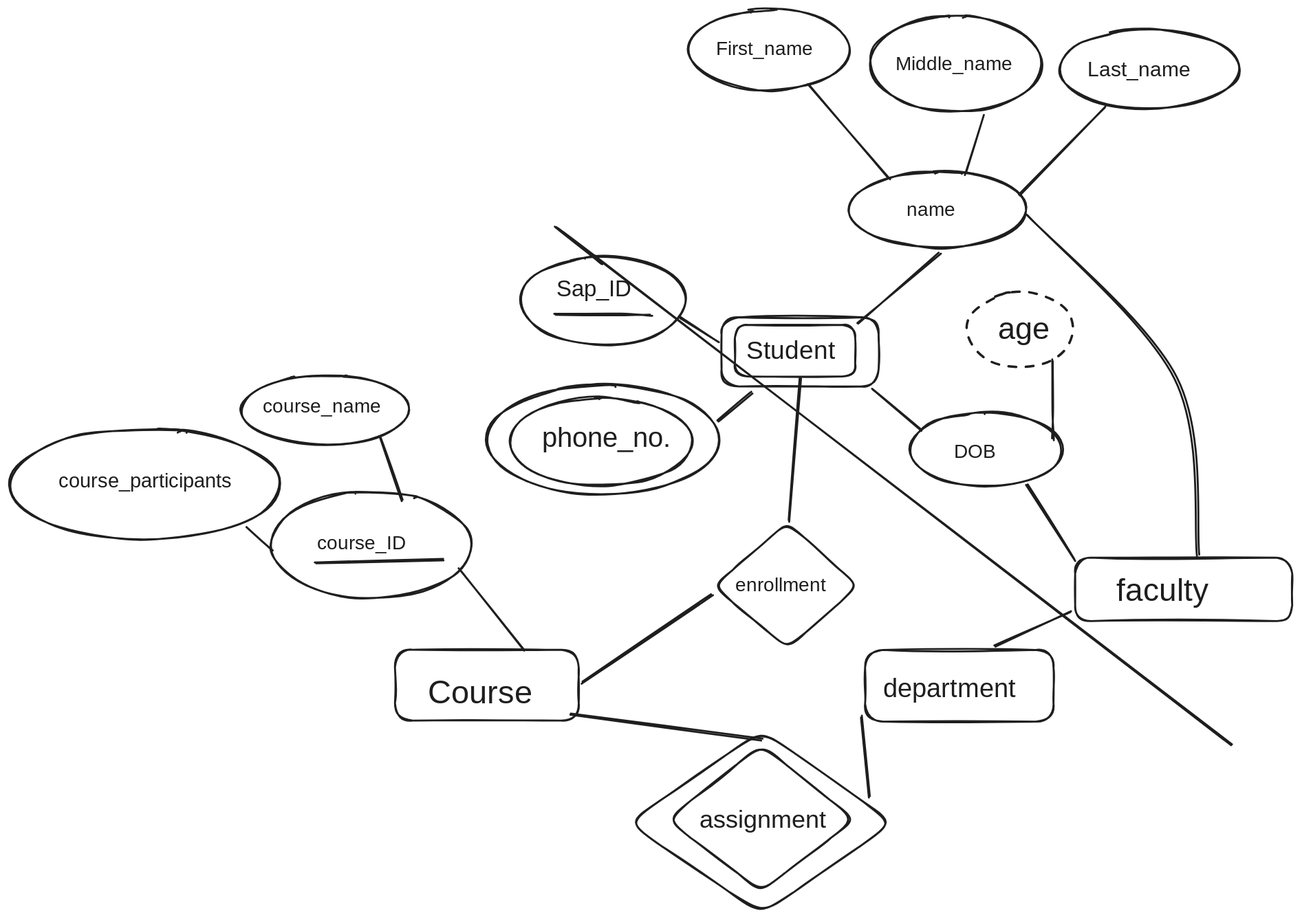
P7XCKD/NF keeps this Excalidraw diagram as Notes Factory/Semister 3/Rough Work/t1.excalidraw.svg. Above is the earlier version. Source tidied: one line per element, renumbered; positions are measured from the earlier drawing's top-left corner, leaving out a move shared by most shapes.
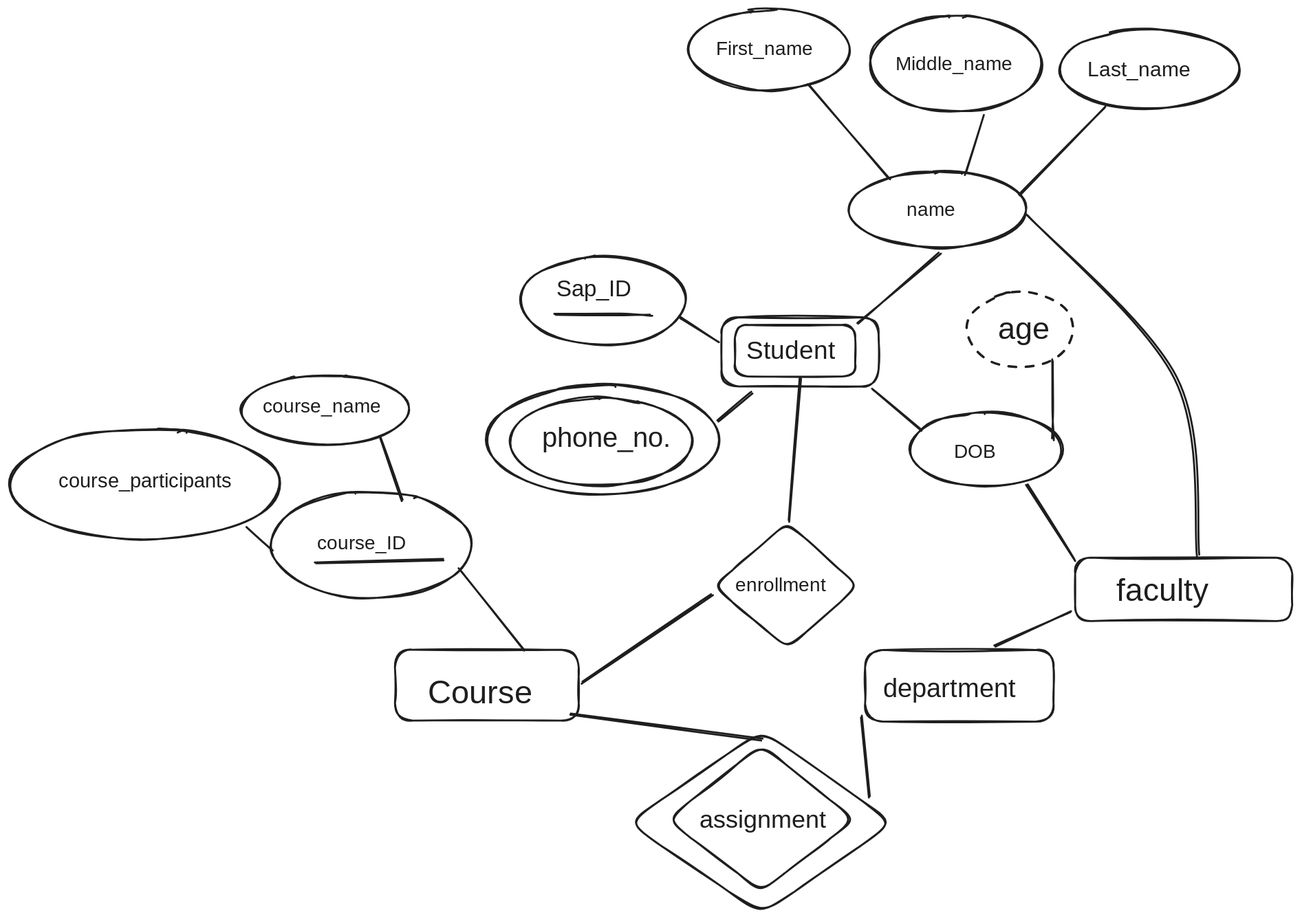
Above is the later version.

What changed in the source:
```diff
@@ -55,4 +55,3 @@
 {"id": 54, "type": "line", "strokeColor": "#1e1e1e", "strokeWidth": 2, "roughness": 1, "round": true, "x": 1057, "y": 213, "width": 177, "height": 354, "points": [[0, 0], [154, 170], [177, 354]]}
 {"id": 55, "type": "line", "strokeColor": "#1e1e1e", "strokeWidth": 2, "roughness": 1, "round": true, "x": 1023, "y": 662, "width": 79, "height": 36, "points": [[0, 0], [79, -36]]}
 {"id": 56, "type": "line", "strokeColor": "#1e1e1e", "strokeWidth": 2, "roughness": 1, "round": true, "x": 1056, "y": 493, "width": 50, "height": 80, "points": [[0, 0], [50, 80]]}
-{"id": 57, "type": "line", "strokeColor": "#1e1e1e", "strokeWidth": 2, "roughness": 1, "round": true, "x": 615, "y": 264, "width": 655, "height": 501, "points": [[0, 0], [0, -1], [655, 500]]}
```
